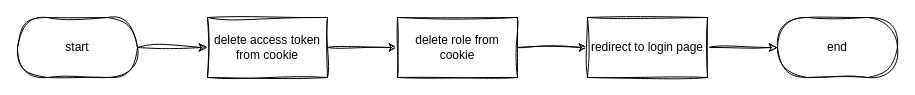
This is page "2 logout" (2 of 4) of docs/drawio/activity/activity_general.drawio from ssszZ-TH/party_fullstack_docker5, a draw.io file, before an edit. Source tidied: cells renumbered, new cells numbered last; positions are measured from the earlier drawing's top-left corner, leaving out a move shared by most shapes. Both pictures are drawn from the tidied source at 100%, with x=0, y=0 at pixel (17, 17).
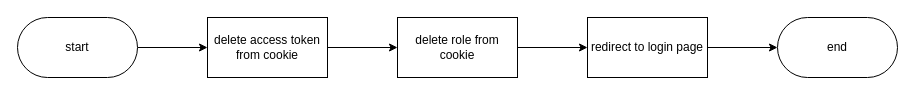
After the change.

What changed in the source:
```diff
@@
 <mxGraphModel>
   <root>
     <mxCell id="0" />
     <mxCell id="1" parent="0" />
-    <mxCell id="2" style="edgeStyle=orthogonalEdgeStyle;rounded=0;jettySize=auto;html=1;sketch=1;curveFitting=1;jiggle=2;" parent="1" edge="1" source="3" target="6">
+    <mxCell id="2" style="edgeStyle=orthogonalEdgeStyle;rounded=0;jettySize=auto;html=1;" parent="1" edge="1" source="3" target="6">
       <mxGeometry relative="1" as="geometry" />
     </mxCell>
-    <mxCell id="3" value="start" style="rounded=1;whiteSpace=wrap;html=1;arcSize=50;sketch=1;curveFitting=1;jiggle=2;" parent="1" vertex="1">
+    <mxCell id="3" value="start" style="rounded=1;whiteSpace=wrap;html=1;arcSize=50;" parent="1" vertex="1">
       <mxGeometry width="120" height="60" as="geometry" />
     </mxCell>
-    <mxCell id="4" value="end" style="rounded=1;whiteSpace=wrap;html=1;arcSize=50;sketch=1;curveFitting=1;jiggle=2;" parent="1" vertex="1">
+    <mxCell id="4" value="end" style="rounded=1;whiteSpace=wrap;html=1;arcSize=50;" parent="1" vertex="1">
       <mxGeometry x="760" width="120" height="60" as="geometry" />
     </mxCell>
-    <mxCell id="5" style="edgeStyle=orthogonalEdgeStyle;rounded=0;jettySize=auto;html=1;sketch=1;curveFitting=1;jiggle=2;" parent="1" edge="1" source="6" target="8">
+    <mxCell id="5" style="edgeStyle=orthogonalEdgeStyle;rounded=0;jettySize=auto;html=1;" parent="1" edge="1" source="6" target="8">
       <mxGeometry relative="1" as="geometry" />
     </mxCell>
-    <mxCell id="6" value="delete access token from cookie" style="rounded=0;whiteSpace=wrap;html=1;sketch=1;curveFitting=1;jiggle=2;" parent="1" vertex="1">
+    <mxCell id="6" value="delete access token from cookie" style="rounded=0;whiteSpace=wrap;html=1;" parent="1" vertex="1">
       <mxGeometry x="190" width="120" height="60" as="geometry" />
     </mxCell>
-    <mxCell id="7" style="edgeStyle=orthogonalEdgeStyle;rounded=0;jettySize=auto;html=1;sketch=1;curveFitting=1;jiggle=2;" parent="1" edge="1" source="8" target="10">
+    <mxCell id="7" style="edgeStyle=orthogonalEdgeStyle;rounded=0;jettySize=auto;html=1;" parent="1" edge="1" source="8" target="10">
       <mxGeometry relative="1" as="geometry" />
     </mxCell>
-    <mxCell id="8" value="delete role from cookie" style="whiteSpace=wrap;html=1;rounded=0;sketch=1;curveFitting=1;jiggle=2;" parent="1" vertex="1">
+    <mxCell id="8" value="delete role from cookie" style="whiteSpace=wrap;html=1;rounded=0;" parent="1" vertex="1">
       <mxGeometry x="380" width="120" height="60" as="geometry" />
     </mxCell>
-    <mxCell id="9" style="edgeStyle=orthogonalEdgeStyle;rounded=0;jettySize=auto;html=1;sketch=1;curveFitting=1;jiggle=2;" parent="1" edge="1" source="10" target="4">
+    <mxCell id="9" style="edgeStyle=orthogonalEdgeStyle;rounded=0;jettySize=auto;html=1;" parent="1" edge="1" source="10" target="4">
       <mxGeometry relative="1" as="geometry" />
     </mxCell>
-    <mxCell id="10" value="redirect to login page" style="whiteSpace=wrap;html=1;rounded=0;sketch=1;curveFitting=1;jiggle=2;" parent="1" vertex="1">
+    <mxCell id="10" value="redirect to login page" style="whiteSpace=wrap;html=1;rounded=0;" parent="1" vertex="1">
       <mxGeometry x="570" width="120" height="60" as="geometry" />
     </mxCell>
   </root>
 </mxGraphModel>
```
